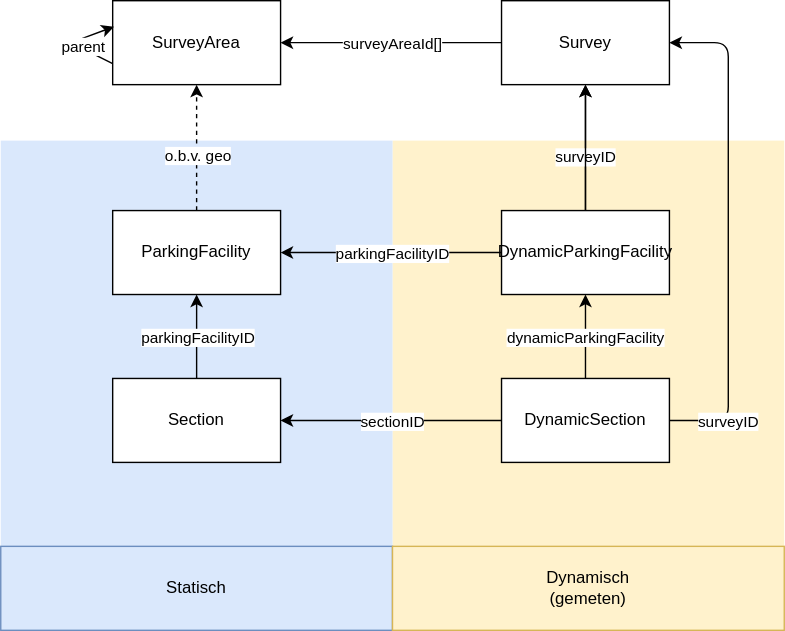
bertrik-sikken-technolution/datastandaard-fietsparkeren keeps this draw.io diagram as api-fiets/docs/objecten.drawio.svg. Above is the earlier version. Source tidied: cells renumbered, new cells last; positions are measured from the earlier drawing's top-left corner, leaving out a move shared by most shapes.
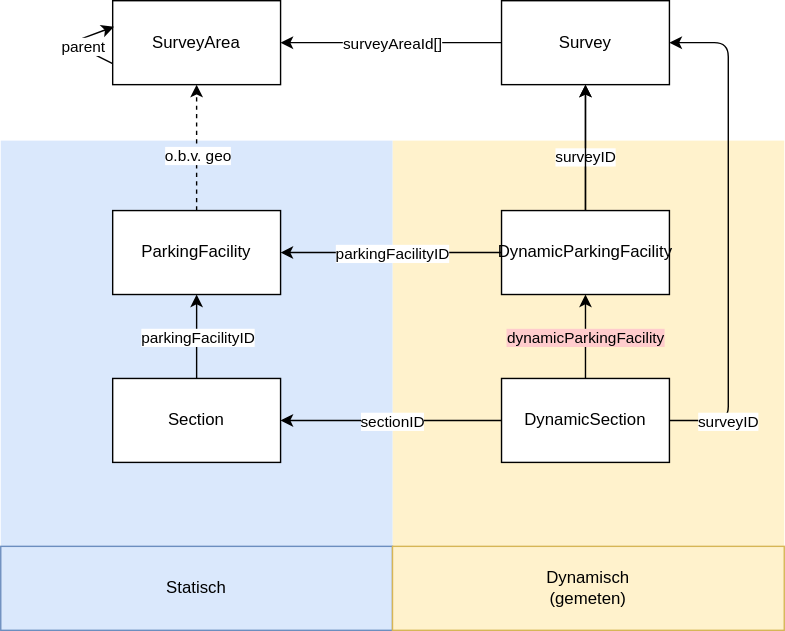
The same file after the commit.

Commit message:
maak DynamicSection → DynamicParkingFacility relatie

The edit, as a diff of the source:
```diff
@@ -66,7 +66,7 @@
     <mxCell id="18" style="edgeStyle=none;html=1;" parent="1" edge="1" source="20" target="13">
       <mxGeometry relative="1" as="geometry" />
     </mxCell>
-    <mxCell id="19" value="dynamicParkingFacility" style="edgeLabel;html=1;align=center;verticalAlign=middle;" parent="18" vertex="1">
+    <mxCell id="19" value="dynamicParkingFacility" style="edgeLabel;html=1;align=center;verticalAlign=middle;labelBackgroundColor=#FFCCCC;" parent="18" vertex="1">
       <mxGeometry x="-0.27" relative="1" as="geometry">
         <mxPoint y="-8" as="offset" />
       </mxGeometry>
```
